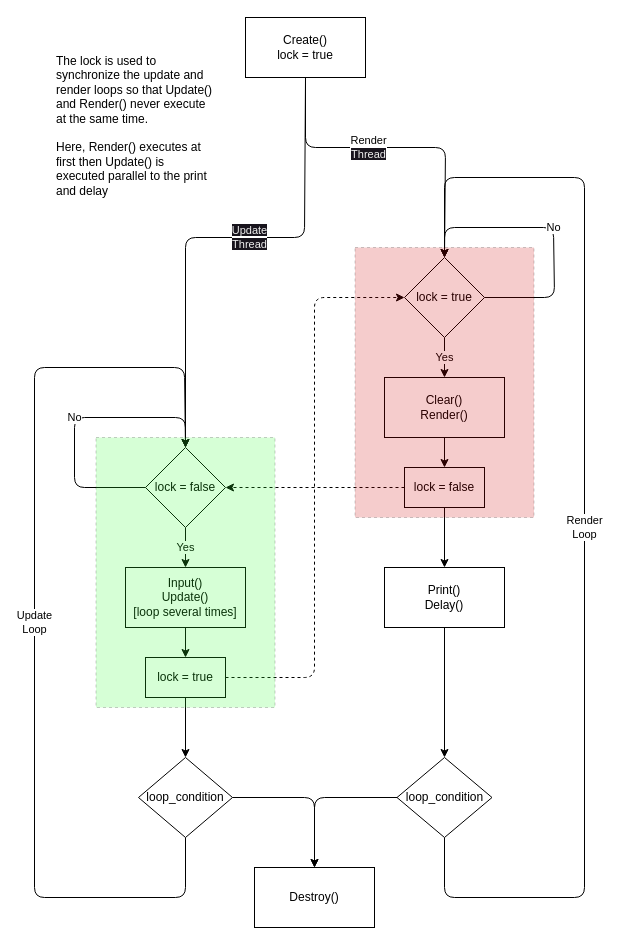
Earlier version of the draw.io diagram manual/game_loop.drawio (Tushar625/Byte_Blitz_SFML). Source tidied: cells renumbered, new cells numbered last; positions are measured from the earlier drawing's top-left corner, leaving out a move shared by most shapes. Both pictures are drawn from the tidied source at 100%, with x=0, y=0 at pixel (34, 17).
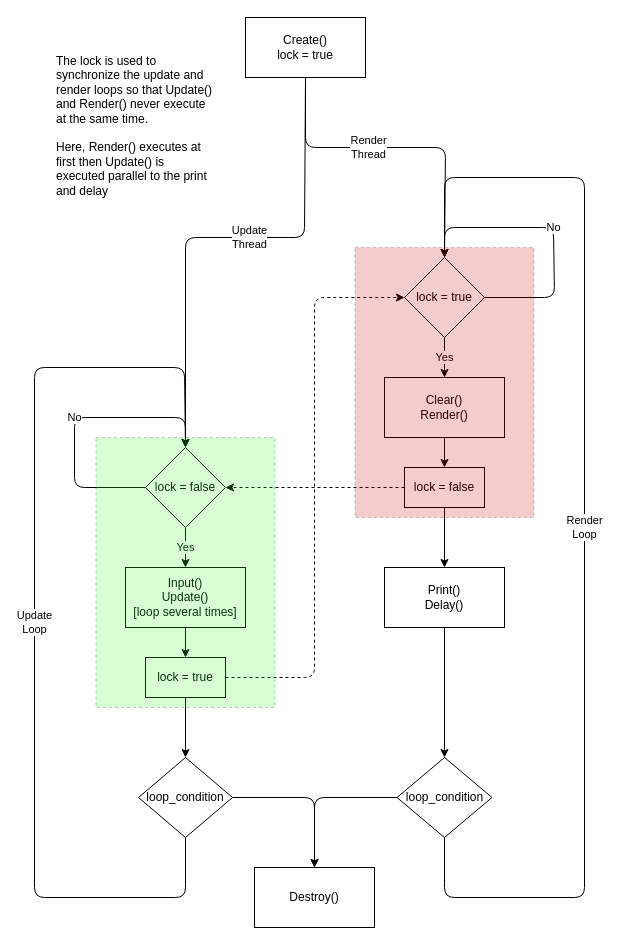
After the change.

Unchanged cells that the change refers to:
```xml
<mxCell id="8" value="lock = false" style="rhombus;whiteSpace=wrap;html=1;flipH=0;flipV=0;" parent="1" vertex="1">
  <mxGeometry x="111" y="430" width="80" height="80" as="geometry" />
</mxCell>
<mxCell id="11" value="lock = true" style="rhombus;whiteSpace=wrap;html=1;" parent="1" vertex="1">
  <mxGeometry x="370" y="240" width="80" height="80" as="geometry" />
</mxCell>
<mxCell id="28" value="Create()&lt;br&gt;lock = true" style="whiteSpace=wrap;html=1;" parent="1" vertex="1">
  <mxGeometry x="211" width="120" height="60" as="geometry" />
</mxCell>
```

The edit, as a diff of the source:
```diff
@@
-    <mxCell id="26" value="&lt;span style=&quot;color: rgb(240, 240, 240); font-family: Helvetica; font-size: 11px; font-style: normal; font-variant-ligatures: normal; font-variant-caps: normal; font-weight: 400; letter-spacing: normal; orphans: 2; text-align: center; text-indent: 0px; text-transform: none; widows: 2; word-spacing: 0px; -webkit-text-stroke-width: 0px; background-color: rgb(24, 20, 29); text-decoration-thickness: initial; text-decoration-style: initial; text-decoration-color: initial; float: none; display: inline !important;&quot;&gt;Update&lt;/span&gt;&lt;br style=&quot;border-color: rgb(0, 0, 0); color: rgb(240, 240, 240); font-family: Helvetica; font-size: 11px; font-style: normal; font-variant-ligatures: normal; font-variant-caps: normal; font-weight: 400; letter-spacing: normal; orphans: 2; text-align: center; text-indent: 0px; text-transform: none; widows: 2; word-spacing: 0px; -webkit-text-stroke-width: 0px; text-decoration-thickness: initial; text-decoration-style: initial; text-decoration-color: initial;&quot;&gt;&lt;span style=&quot;color: rgb(240, 240, 240); font-family: Helvetica; font-size: 11px; font-style: normal; font-variant-ligatures: normal; font-variant-caps: normal; font-weight: 400; letter-spacing: normal; orphans: 2; text-align: center; text-indent: 0px; text-transform: none; widows: 2; word-spacing: 0px; -webkit-text-stroke-width: 0px; background-color: rgb(24, 20, 29); text-decoration-thickness: initial; text-decoration-style: initial; text-decoration-color: initial; float: none; display: inline !important;&quot;&gt;Thread&lt;/span&gt;" style="edgeStyle=none;html=1;exitX=0.5;exitY=1;exitDx=0;exitDy=0;entryX=0.5;entryY=0;entryDx=0;entryDy=0;" parent="1" edge="1" source="28" target="8">
+    <mxCell id="26" value="Update&lt;br&gt;Thread" style="edgeStyle=none;html=1;exitX=0.5;exitY=1;exitDx=0;exitDy=0;entryX=0.5;entryY=0;entryDx=0;entryDy=0;" parent="1" edge="1" source="28" target="8">
       <mxGeometry x="-0.12" relative="1" as="geometry">
         <Array as="points">
           <mxPoint x="270" y="220" />
           <mxPoint x="151" y="220" />
         </Array>
       </mxGeometry>
     </mxCell>
-    <mxCell id="27" value="Render&lt;br style=&quot;border-color: rgb(0, 0, 0); color: rgb(240, 240, 240); font-family: Helvetica; font-size: 11px; font-style: normal; font-variant-ligatures: normal; font-variant-caps: normal; font-weight: 400; letter-spacing: normal; orphans: 2; text-align: center; text-indent: 0px; text-transform: none; widows: 2; word-spacing: 0px; -webkit-text-stroke-width: 0px; text-decoration-thickness: initial; text-decoration-style: initial; text-decoration-color: initial;&quot;&gt;&lt;span style=&quot;color: rgb(240, 240, 240); font-family: Helvetica; font-size: 11px; font-style: normal; font-variant-ligatures: normal; font-variant-caps: normal; font-weight: 400; letter-spacing: normal; orphans: 2; text-align: center; text-indent: 0px; text-transform: none; widows: 2; word-spacing: 0px; -webkit-text-stroke-width: 0px; background-color: rgb(24, 20, 29); text-decoration-thickness: initial; text-decoration-style: initial; text-decoration-color: initial; float: none; display: inline !important;&quot;&gt;Thread&lt;/span&gt;" style="edgeStyle=none;html=1;exitX=0.5;exitY=1;exitDx=0;exitDy=0;entryX=0.5;entryY=0;entryDx=0;entryDy=0;" parent="1" edge="1" source="28" target="11">
+    <mxCell id="27" value="Render&lt;br&gt;Thread" style="edgeStyle=none;html=1;exitX=0.5;exitY=1;exitDx=0;exitDy=0;entryX=0.5;entryY=0;entryDx=0;entryDy=0;" parent="1" edge="1" source="28" target="11">
       <mxGeometry x="-0.17" relative="1" as="geometry">
         <Array as="points">
           <mxPoint x="271" y="130" />
           <mxPoint x="411" y="130" />
         </Array>
       </mxGeometry>
     </mxCell>
```
